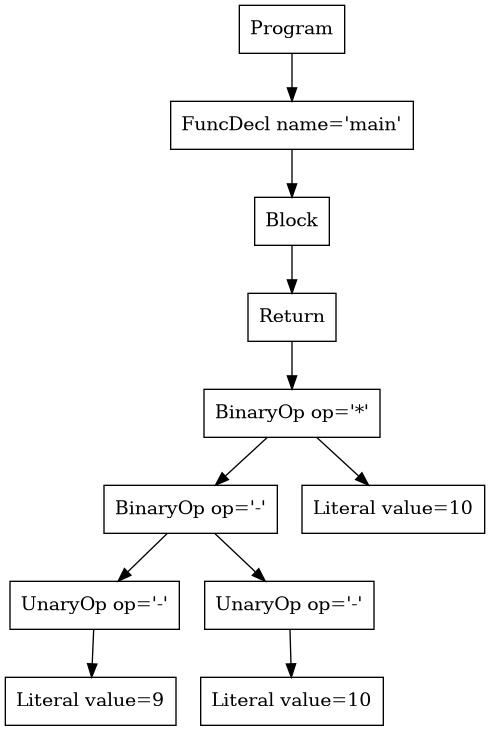
This is p2-parser/tree.png from purejerome/cs432_project, a Graphviz export, as it was before one commit. Its source is kept beside it as p2-parser/tree.dot.
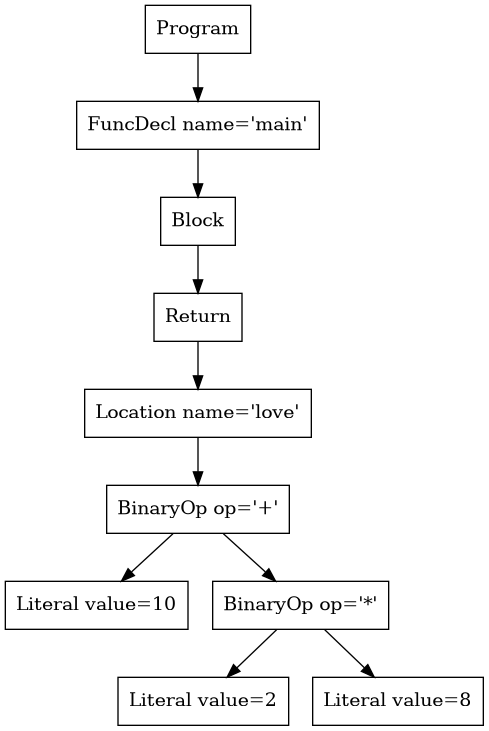
After the change.

Commit message:
base expr no does location and function calls

Diff of the diagram source:
```diff
@@ -1,17 +1,15 @@
 digraph AST {
-7 [shape=box, label="Literal value=9"];
-6 [shape=box, label="UnaryOp op='-'"];
-6 -> 7;
-9 [shape=box, label="Literal value=10"];
-8 [shape=box, label="UnaryOp op='-'"];
-8 -> 9;
-5 [shape=box, label="BinaryOp op='-'"];
+6 [shape=box, label="Literal value=10"];
+8 [shape=box, label="Literal value=2"];
+9 [shape=box, label="Literal value=8"];
+7 [shape=box, label="BinaryOp op='*'"];
+7 -> 8;
+7 -> 9;
+5 [shape=box, label="BinaryOp op='+'"];
 5 -> 6;
-5 -> 8;
-10 [shape=box, label="Literal value=10"];
-4 [shape=box, label="BinaryOp op='*'"];
+5 -> 7;
+4 [shape=box, label="Location name='love'"];
 4 -> 5;
-4 -> 10;
 3 [shape=box, label="Return"];
 3 -> 4;
 2 [shape=box, label="Block"];
```
